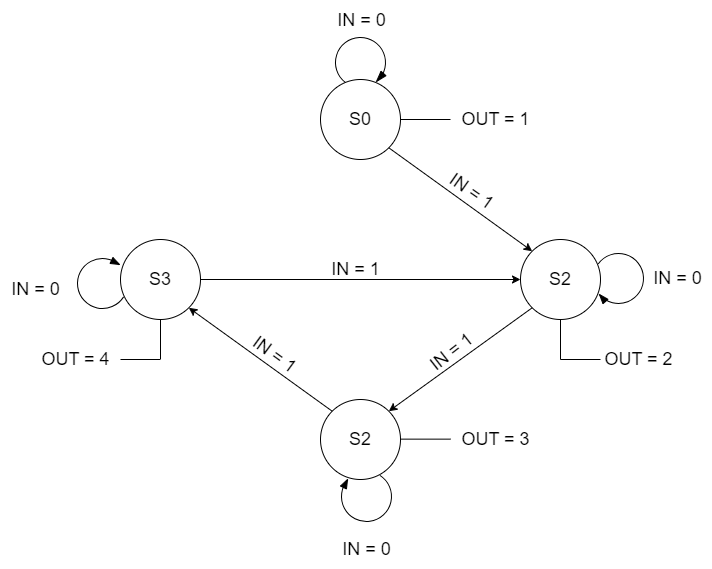
The draw.io diagram blog/computer-base/Fundamentals-of-Computer-Architecture-and-Design/2/moore-machine-diagram.png in zgjsxx/static-img-repo, before a commit. Source tidied: cells renumbered, new cells last; positions are measured from the earlier drawing's top-left corner, leaving out a move shared by most shapes.
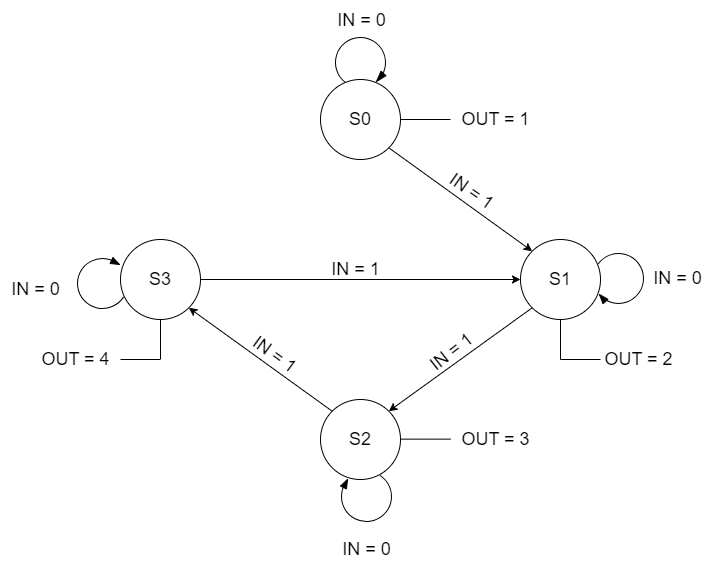
After the change.

Diff of the diagram source:
```diff
@@ -11,7 +11,7 @@
     <mxCell id="4" value="&lt;font style=&quot;font-size: 18px&quot;&gt;S3&lt;/font&gt;" style="ellipse;whiteSpace=wrap;html=1;" parent="1" vertex="1">
       <mxGeometry x="120" y="239" width="80" height="80" as="geometry" />
     </mxCell>
-    <mxCell id="5" value="&lt;font style=&quot;font-size: 18px&quot;&gt;S2&lt;/font&gt;" style="ellipse;whiteSpace=wrap;html=1;" parent="1" vertex="1">
+    <mxCell id="5" value="&lt;font style=&quot;font-size: 18px&quot;&gt;S1&lt;/font&gt;" style="ellipse;whiteSpace=wrap;html=1;" parent="1" vertex="1">
       <mxGeometry x="520" y="239" width="80" height="80" as="geometry" />
     </mxCell>
     <mxCell id="6" style="endArrow=classic;html=1;rounded=0;fontSize=18;exitX=1;exitY=0.5;exitDx=0;exitDy=0;entryX=0;entryY=0.5;entryDx=0;entryDy=0;" parent="1" edge="1" source="4" target="5">
```
